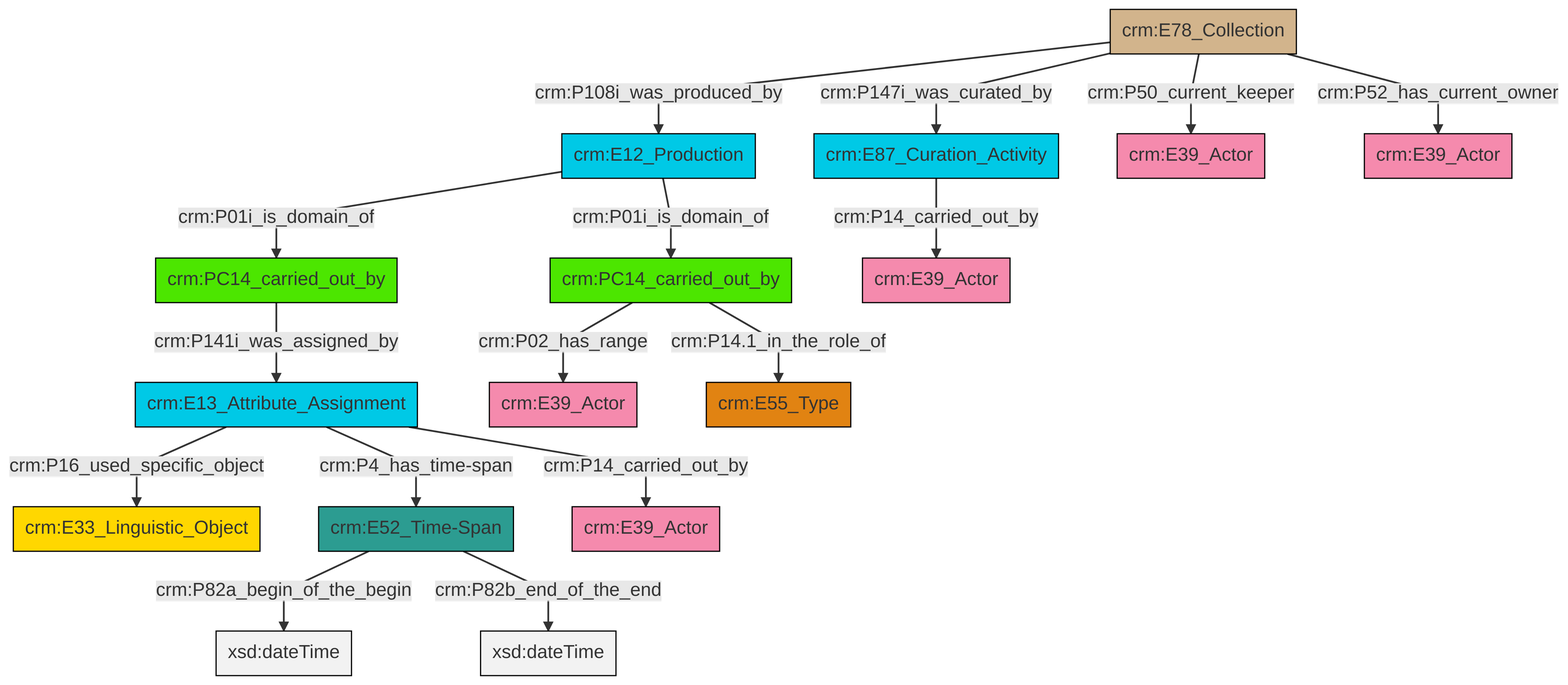
Before: et/archivalCSV/ttl/mmd/png/archival_relation.png, a diagram exported from Mermaid (swiss-art-research-net/docs.swissartresearch). Its source is kept beside it as et/archivalCSV/ttl/mmd/archival_relation.ttl.mmd. Its diagram source:
```mermaid
graph TD
classDef Literal fill:#f2f2f2,stroke:#000000;
classDef CRM_Entity fill:#FFFFFF,stroke:#000000;
classDef Temporal_Entity fill:#00C9E6, stroke:#000000;
classDef Type fill:#E18312, stroke:#000000;
classDef Time-Span fill:#2C9C91, stroke:#000000;
classDef Appellation fill:#FFEB7F, stroke:#000000;
classDef Place fill:#008836, stroke:#000000;
classDef Persistent_Item fill:#B266B2, stroke:#000000;
classDef Conceptual_Object fill:#FFD700, stroke:#000000;
classDef Physical_Thing fill:#D2B48C, stroke:#000000;
classDef Actor fill:#f58aad, stroke:#000000;
classDef PC_Classes fill:#4ce600, stroke:#000000;
classDef Multi fill:#cccccc,stroke:#000000;

4["crm:PC14_carried_out_by"]:::PC_Classes -->|crm:P141i_was_assigned_by| 2["crm:E13_Attribute_Assignment"]:::Temporal_Entity
5["crm:PC14_carried_out_by"]:::PC_Classes -->|crm:P02_has_range| 6["crm:E39_Actor"]:::Actor
7["crm:E52_Time-Span"]:::Time-Span -->|crm:P82a_begin_of_the_begin| 8[xsd:dateTime]:::Literal
9["crm:E12_Production"]:::Temporal_Entity -->|crm:P01i_is_domain_of| 5["crm:PC14_carried_out_by"]:::PC_Classes
12["crm:E78_Collection"]:::Physical_Thing -->|crm:P147i_was_curated_by| 10["crm:E87_Curation_Activity"]:::Temporal_Entity
2["crm:E13_Attribute_Assignment"]:::Temporal_Entity -->|crm:P14_carried_out_by| 14["crm:E39_Actor"]:::Actor
12["crm:E78_Collection"]:::Physical_Thing -->|crm:P50_current_keeper| 18["crm:E39_Actor"]:::Actor
10["crm:E87_Curation_Activity"]:::Temporal_Entity -->|crm:P14_carried_out_by| 21["crm:E39_Actor"]:::Actor
5["crm:PC14_carried_out_by"]:::PC_Classes -->|crm:P14.1_in_the_role_of| 16["crm:E55_Type"]:::Type
7["crm:E52_Time-Span"]:::Time-Span -->|crm:P82b_end_of_the_end| 24[xsd:dateTime]:::Literal
9["crm:E12_Production"]:::Temporal_Entity -->|crm:P01i_is_domain_of| 4["crm:PC14_carried_out_by"]:::PC_Classes
2["crm:E13_Attribute_Assignment"]:::Temporal_Entity -->|crm:P16_used_specific_object| 0["crm:E33_Linguistic_Object"]:::Conceptual_Object
12["crm:E78_Collection"]:::Physical_Thing -->|crm:P52_has_current_owner| 25["crm:E39_Actor"]:::Actor
2["crm:E13_Attribute_Assignment"]:::Temporal_Entity -->|crm:P4_has_time-span| 7["crm:E52_Time-Span"]:::Time-Span
12["crm:E78_Collection"]:::Physical_Thing -->|crm:P108i_was_produced_by| 9["crm:E12_Production"]:::Temporal_Entity
```
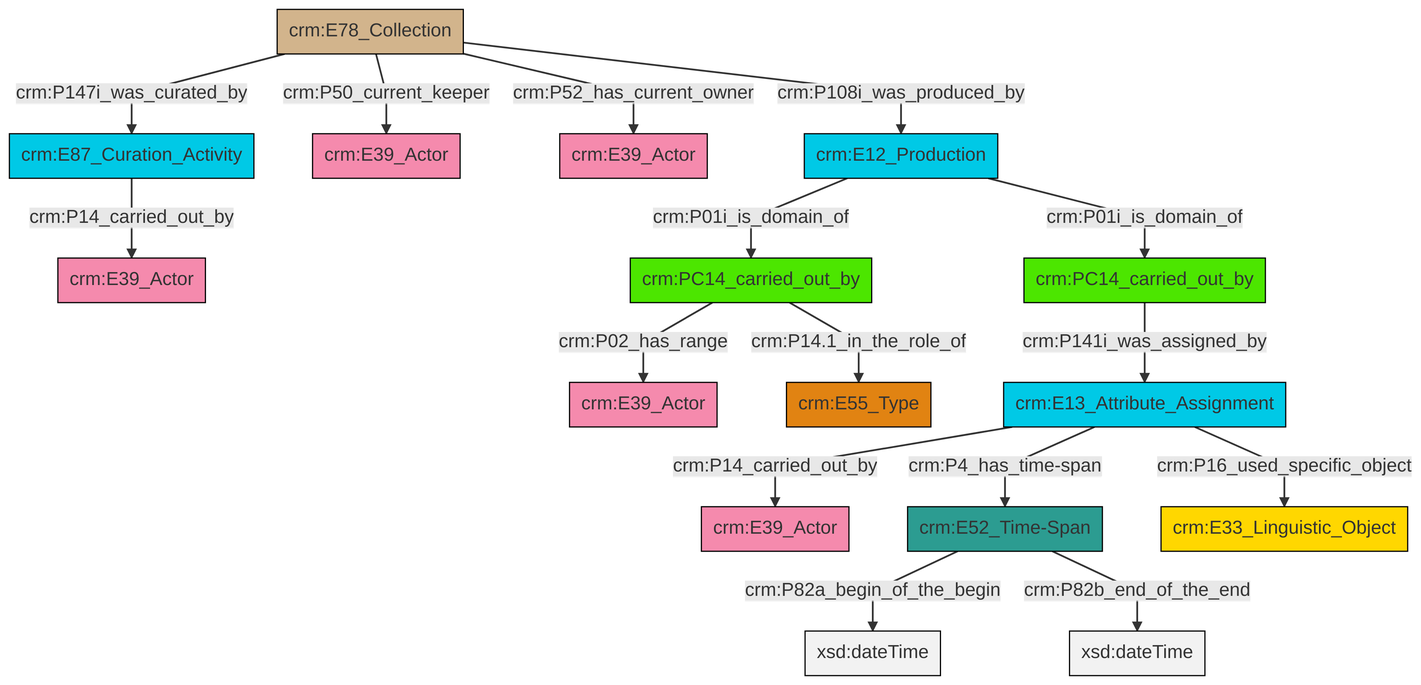
Above is the later version.

Change to the diagram source:
```diff
@@ -13,18 +13,18 @@
 classDef PC_Classes fill:#4ce600, stroke:#000000;
 classDef Multi fill:#cccccc,stroke:#000000;
 
-4["crm:PC14_carried_out_by"]:::PC_Classes -->|crm:P141i_was_assigned_by| 2["crm:E13_Attribute_Assignment"]:::Temporal_Entity
-5["crm:PC14_carried_out_by"]:::PC_Classes -->|crm:P02_has_range| 6["crm:E39_Actor"]:::Actor
-7["crm:E52_Time-Span"]:::Time-Span -->|crm:P82a_begin_of_the_begin| 8[xsd:dateTime]:::Literal
-9["crm:E12_Production"]:::Temporal_Entity -->|crm:P01i_is_domain_of| 5["crm:PC14_carried_out_by"]:::PC_Classes
-12["crm:E78_Collection"]:::Physical_Thing -->|crm:P147i_was_curated_by| 10["crm:E87_Curation_Activity"]:::Temporal_Entity
-2["crm:E13_Attribute_Assignment"]:::Temporal_Entity -->|crm:P14_carried_out_by| 14["crm:E39_Actor"]:::Actor
-12["crm:E78_Collection"]:::Physical_Thing -->|crm:P50_current_keeper| 18["crm:E39_Actor"]:::Actor
-10["crm:E87_Curation_Activity"]:::Temporal_Entity -->|crm:P14_carried_out_by| 21["crm:E39_Actor"]:::Actor
-5["crm:PC14_carried_out_by"]:::PC_Classes -->|crm:P14.1_in_the_role_of| 16["crm:E55_Type"]:::Type
-7["crm:E52_Time-Span"]:::Time-Span -->|crm:P82b_end_of_the_end| 24[xsd:dateTime]:::Literal
-9["crm:E12_Production"]:::Temporal_Entity -->|crm:P01i_is_domain_of| 4["crm:PC14_carried_out_by"]:::PC_Classes
-2["crm:E13_Attribute_Assignment"]:::Temporal_Entity -->|crm:P16_used_specific_object| 0["crm:E33_Linguistic_Object"]:::Conceptual_Object
-12["crm:E78_Collection"]:::Physical_Thing -->|crm:P52_has_current_owner| 25["crm:E39_Actor"]:::Actor
-2["crm:E13_Attribute_Assignment"]:::Temporal_Entity -->|crm:P4_has_time-span| 7["crm:E52_Time-Span"]:::Time-Span
-12["crm:E78_Collection"]:::Physical_Thing -->|crm:P108i_was_produced_by| 9["crm:E12_Production"]:::Temporal_Entity
+0["crm:E78_Collection"]:::Physical_Thing -->|crm:P147i_was_curated_by| 1["crm:E87_Curation_Activity"]:::Temporal_Entity
+2["crm:PC14_carried_out_by"]:::PC_Classes -->|crm:P02_has_range| 3["crm:E39_Actor"]:::Actor
+4["crm:E13_Attribute_Assignment"]:::Temporal_Entity -->|crm:P14_carried_out_by| 5["crm:E39_Actor"]:::Actor
+1["crm:E87_Curation_Activity"]:::Temporal_Entity -->|crm:P14_carried_out_by| 6["crm:E39_Actor"]:::Actor
+0["crm:E78_Collection"]:::Physical_Thing -->|crm:P50_current_keeper| 10["crm:E39_Actor"]:::Actor
+0["crm:E78_Collection"]:::Physical_Thing -->|crm:P52_has_current_owner| 7["crm:E39_Actor"]:::Actor
+12["crm:E52_Time-Span"]:::Time-Span -->|crm:P82a_begin_of_the_begin| 13[xsd:dateTime]:::Literal
+14["crm:PC14_carried_out_by"]:::PC_Classes -->|crm:P141i_was_assigned_by| 4["crm:E13_Attribute_Assignment"]:::Temporal_Entity
+0["crm:E78_Collection"]:::Physical_Thing -->|crm:P108i_was_produced_by| 16["crm:E12_Production"]:::Temporal_Entity
+12["crm:E52_Time-Span"]:::Time-Span -->|crm:P82b_end_of_the_end| 21[xsd:dateTime]:::Literal
+4["crm:E13_Attribute_Assignment"]:::Temporal_Entity -->|crm:P4_has_time-span| 12["crm:E52_Time-Span"]:::Time-Span
+16["crm:E12_Production"]:::Temporal_Entity -->|crm:P01i_is_domain_of| 2["crm:PC14_carried_out_by"]:::PC_Classes
+2["crm:PC14_carried_out_by"]:::PC_Classes -->|crm:P14.1_in_the_role_of| 24["crm:E55_Type"]:::Type
+4["crm:E13_Attribute_Assignment"]:::Temporal_Entity -->|crm:P16_used_specific_object| 17["crm:E33_Linguistic_Object"]:::Conceptual_Object
+16["crm:E12_Production"]:::Temporal_Entity -->|crm:P01i_is_domain_of| 14["crm:PC14_carried_out_by"]:::PC_Classes
```
